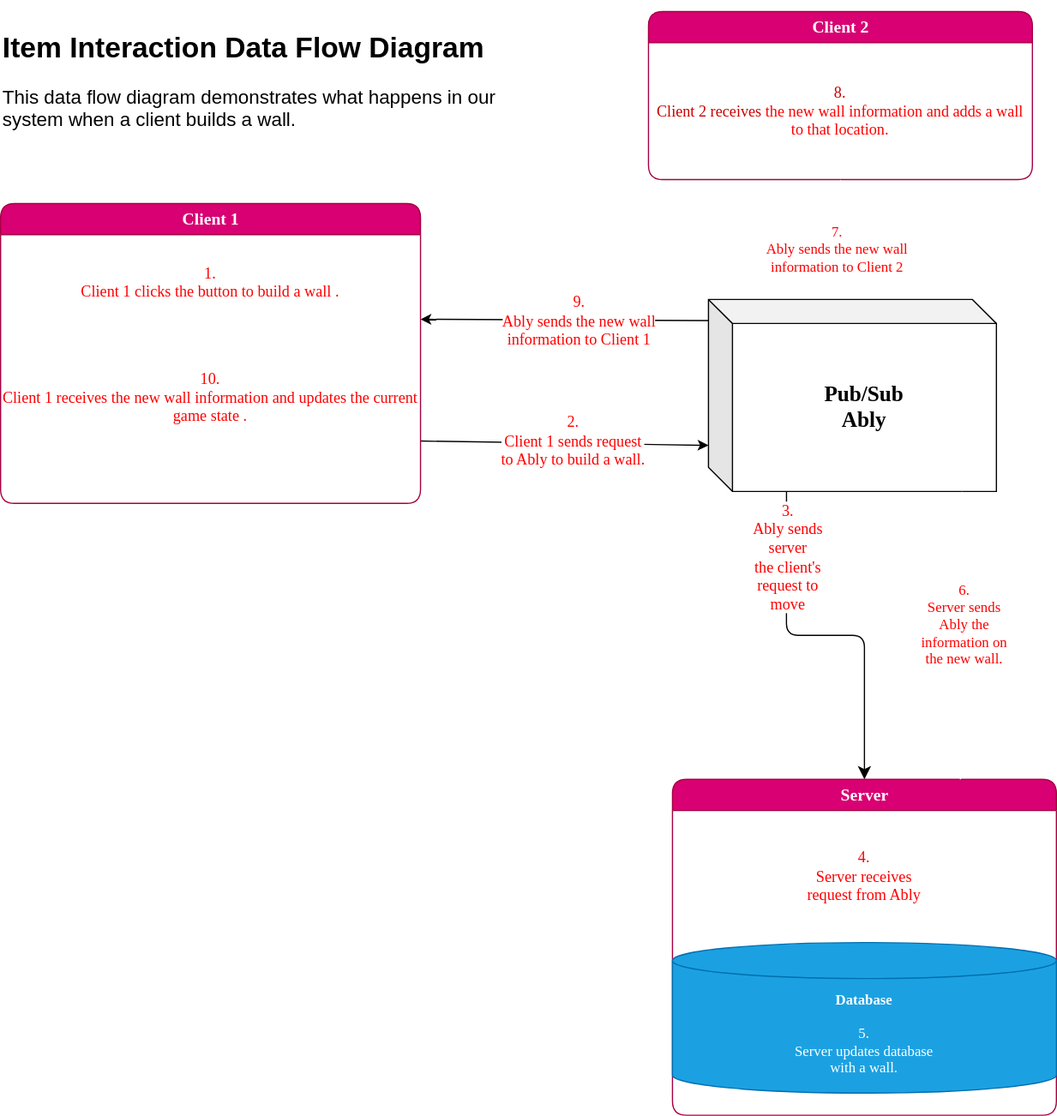
Above: diagrams/itemInteraction.drawio.svg in sloalchemist/potions (draw.io), before the change. Source tidied: cells renumbered, new cells last; positions are measured from the earlier drawing's top-left corner, leaving out a move shared by most shapes.
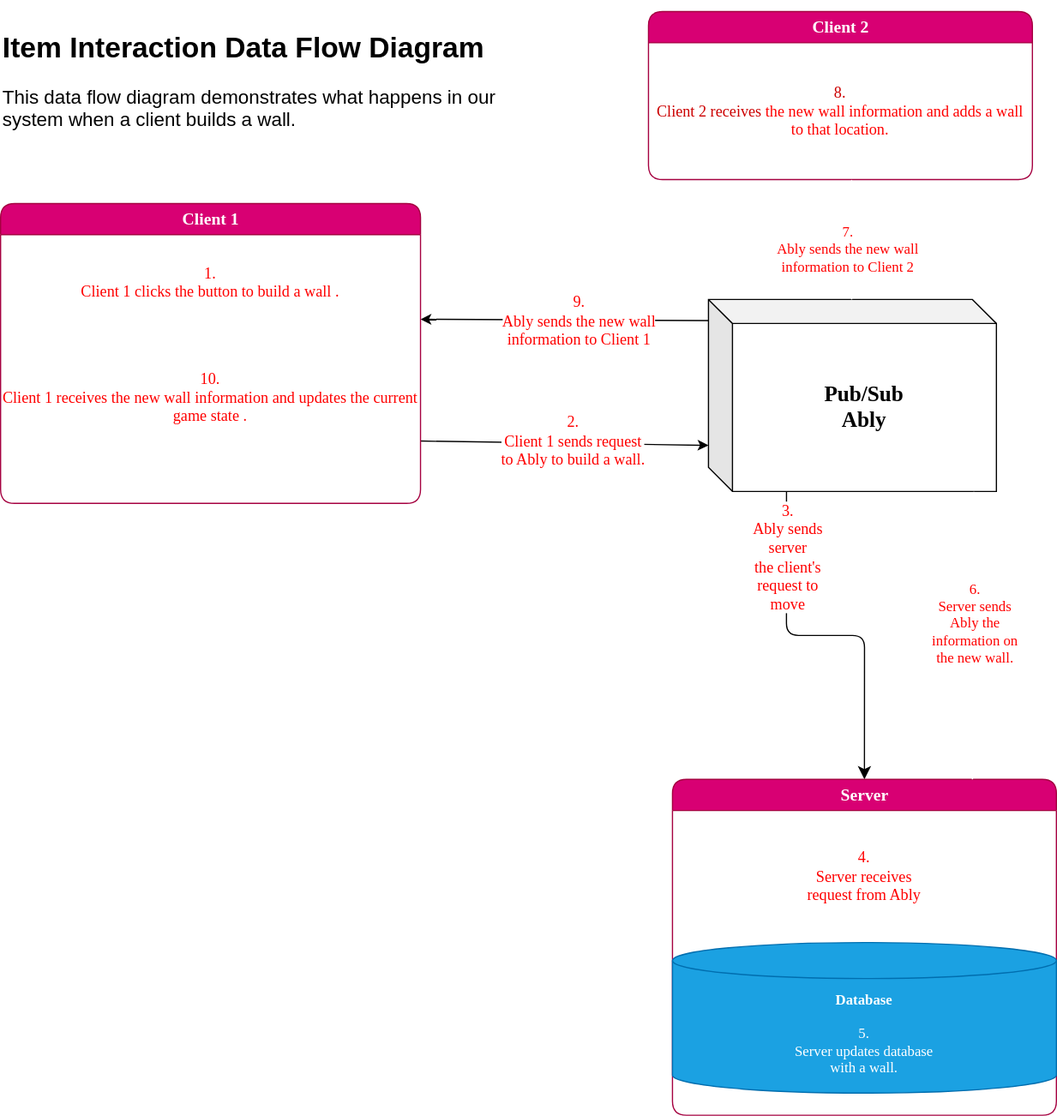
The same diagram one commit later.

Commit message:
doc: fix arrow errors

The edit, as a diff of the source:
```diff
@@ -49,14 +49,6 @@
     <mxCell id="14" value="&lt;span style=&quot;font-size: 13px;&quot;&gt;&lt;font color=&quot;#cc0000&quot;&gt;8.&lt;/font&gt;&lt;/span&gt;&lt;div&gt;&lt;font color=&quot;#cc0000&quot;&gt;&lt;span style=&quot;font-size: 13px;&quot;&gt;Client 2 receives&amp;nbsp;&lt;/span&gt;&lt;span style=&quot;font-size: 13px; color: light-dark(rgb(255, 0, 0), rgb(255, 144, 144)); background-color: transparent;&quot;&gt;the new wall information and adds a wall to that location.&lt;/span&gt;&lt;/font&gt;&lt;/div&gt;" style="text;strokeColor=none;align=center;fillColor=none;html=1;verticalAlign=middle;whiteSpace=wrap;rounded=0;fontFamily=Verdana;" parent="13" vertex="1">
       <mxGeometry y="26" width="320" height="114" as="geometry" />
     </mxCell>
-    <mxCell id="15" style="endArrow=classic;html=1;rounded=0;strokeColor=#FFFFFF;exitX=0;exitY=0;exitDx=110;exitDy=0;exitPerimeter=0;entryX=0.5;entryY=1;entryDx=0;entryDy=0;" parent="1" edge="1" source="20" target="14">
-      <mxGeometry relative="1" as="geometry" />
-    </mxCell>
-    <mxCell id="16" value="&lt;font style=&quot;color: rgb(255, 0, 0);&quot;&gt;7.&lt;/font&gt;&lt;div&gt;&lt;font style=&quot;color: rgb(255, 0, 0);&quot;&gt;Ably sends the new wall&amp;nbsp;&lt;/font&gt;&lt;/div&gt;&lt;div&gt;&lt;font style=&quot;color: rgb(255, 0, 0);&quot;&gt;information&amp;nbsp;&lt;/font&gt;&lt;span style=&quot;color: light-dark(rgb(255, 0, 0), rgb(255, 144, 144)); background-color: light-dark(#ffffff, var(--ge-dark-color, #121212));&quot;&gt;to Client 2&lt;/span&gt;&lt;/div&gt;" style="edgeLabel;html=1;align=center;verticalAlign=middle;strokeColor=#BAC8D3;fontColor=#EEEEEE;fillColor=#09555B;fontFamily=Verdana;fontSize=12;" parent="15" vertex="1">
-      <mxGeometry x="0.19" y="4" relative="1" as="geometry">
-        <mxPoint y="17" as="offset" />
-      </mxGeometry>
-    </mxCell>
     <mxCell id="17" value="&lt;h3&gt;Client 1&lt;/h3&gt;" style="swimlane;html=1;fontStyle=0;horizontal=1;startSize=26;fillColor=#d80073;swimlaneFillColor=#ffffff;align=center;rounded=1;shadow=0;comic=0;labelBackgroundColor=none;strokeWidth=1;fontFamily=Verdana;fontSize=12;fontColor=#ffffff;strokeColor=#A50040;" parent="1" vertex="1">
       <mxGeometry y="160" width="350" height="250" as="geometry" />
     </mxCell>
@@ -69,14 +61,28 @@
     <mxCell id="20" value="&lt;h2&gt;&lt;font face=&quot;Verdana&quot;&gt;Pub/Sub&lt;br&gt;Ably&lt;/font&gt;&lt;/h2&gt;" style="shape=cube;whiteSpace=wrap;html=1;boundedLbl=1;backgroundOutline=1;darkOpacity=0.05;darkOpacity2=0.1;points=[[0,0,0,0,0],[0,0,0,0,120],[0,0,0,10,130],[0,0,0,20,140],[0,0,0,110,0],[0,0,0,220,0],[0,0,0,230,10],[0,0,0,240,20],[0,0,0,240,80],[0,0.11,0,0,0],[0,0.25,0,0,0],[0,0.39,0,0,0],[0,0.5,0,0,0],[0,0.59,0,0,0],[0,0.68,0,0,0],[0,0.76,0,0,0],[0.2,1,0,0,0],[0.29,1,0,0,0],[0.4,1,0,0,0],[0.5,1,0,0,0],[0.63,1,0,0,0],[0.75,1,0,0,0],[0.88,1,0,0,0],[1,1,0,0,0]];" parent="1" vertex="1">
       <mxGeometry x="590" y="240" width="240" height="160" as="geometry" />
     </mxCell>
-    <mxCell id="21" style="endArrow=classic;html=1;rounded=0;strokeColor=#FFFFFF;entryX=0.88;entryY=1;entryDx=0;entryDy=0;entryPerimeter=0;exitX=0.75;exitY=0;exitDx=0;exitDy=0;" parent="1" edge="1" source="9" target="20">
-      <mxGeometry relative="1" as="geometry" />
-    </mxCell>
+    <mxCell id="23" value="&lt;h1 style=&quot;margin-top: 0px;&quot;&gt;&lt;font style=&quot;font-size: 24px;&quot;&gt;Item Interaction Data Flow Diagram&lt;/font&gt;&lt;/h1&gt;&lt;p&gt;&lt;font size=&quot;3&quot;&gt;This data flow diagram demonstrates what happens in our system when a client builds a wall.&lt;/font&gt;&lt;/p&gt;" style="text;html=1;whiteSpace=wrap;overflow=hidden;rounded=0;align=left;" parent="1" vertex="1">
+      <mxGeometry y="10" width="440" height="120" as="geometry" />
+    </mxCell>
+    <mxCell id="24" style="endArrow=classic;html=1;rounded=0;strokeColor=#FFFFFF;entryX=0.88;entryY=1;entryDx=0;entryDy=0;entryPerimeter=0;exitX=0.75;exitY=0;exitDx=0;exitDy=0;" parent="1" edge="1">
+      <mxGeometry relative="1" as="geometry">
+        <mxPoint x="810" y="640" as="sourcePoint" />
+        <mxPoint x="811.2" y="400" as="targetPoint" />
+      </mxGeometry>
+    </mxCell>
-    <mxCell id="22" value="&lt;font style=&quot;color: rgb(255, 0, 0);&quot; face=&quot;Verdana&quot;&gt;6.&lt;/font&gt;&lt;div&gt;&lt;font style=&quot;color: rgb(255, 0, 0);&quot; face=&quot;Verdana&quot;&gt;Server sends&amp;nbsp;&lt;/font&gt;&lt;/div&gt;&lt;div&gt;&lt;font style=&quot;color: rgb(255, 0, 0);&quot; face=&quot;Verdana&quot;&gt;Ably the&amp;nbsp;&lt;/font&gt;&lt;/div&gt;&lt;div&gt;&lt;font style=&quot;color: rgb(255, 0, 0);&quot; face=&quot;Verdana&quot;&gt;information on&amp;nbsp;&lt;/font&gt;&lt;/div&gt;&lt;div&gt;&lt;font style=&quot;color: rgb(255, 0, 0);&quot; face=&quot;Verdana&quot;&gt;the new wall.&lt;/font&gt;&lt;/div&gt;" style="edgeLabel;html=1;align=center;verticalAlign=middle;strokeColor=#BAC8D3;fontColor=#EEEEEE;fillColor=#09555B;fontSize=12;" parent="21" vertex="1">
+    <mxCell id="22" value="&lt;font style=&quot;color: rgb(255, 0, 0);&quot; face=&quot;Verdana&quot;&gt;6.&lt;/font&gt;&lt;div&gt;&lt;font style=&quot;color: rgb(255, 0, 0);&quot; face=&quot;Verdana&quot;&gt;Server sends&amp;nbsp;&lt;/font&gt;&lt;/div&gt;&lt;div&gt;&lt;font style=&quot;color: rgb(255, 0, 0);&quot; face=&quot;Verdana&quot;&gt;Ably the&amp;nbsp;&lt;/font&gt;&lt;/div&gt;&lt;div&gt;&lt;font style=&quot;color: rgb(255, 0, 0);&quot; face=&quot;Verdana&quot;&gt;information on&amp;nbsp;&lt;/font&gt;&lt;/div&gt;&lt;div&gt;&lt;font style=&quot;color: rgb(255, 0, 0);&quot; face=&quot;Verdana&quot;&gt;the new wall.&lt;/font&gt;&lt;/div&gt;" style="edgeLabel;html=1;align=center;verticalAlign=middle;strokeColor=#BAC8D3;fontColor=#EEEEEE;fillColor=#09555B;fontSize=12;" parent="24" vertex="1">
       <mxGeometry x="0.08" y="-1" relative="1" as="geometry" />
     </mxCell>
-    <mxCell id="23" value="&lt;h1 style=&quot;margin-top: 0px;&quot;&gt;&lt;font style=&quot;font-size: 24px;&quot;&gt;Item Interaction Data Flow Diagram&lt;/font&gt;&lt;/h1&gt;&lt;p&gt;&lt;font size=&quot;3&quot;&gt;This data flow diagram demonstrates what happens in our system when a client builds a wall.&lt;/font&gt;&lt;/p&gt;" style="text;html=1;whiteSpace=wrap;overflow=hidden;rounded=0;align=left;" parent="1" vertex="1">
-      <mxGeometry y="10" width="440" height="120" as="geometry" />
-    </mxCell>
+    <mxCell id="25" style="endArrow=classic;html=1;rounded=0;strokeColor=#FFFFFF;exitX=0;exitY=0;exitDx=110;exitDy=0;exitPerimeter=0;entryX=0.5;entryY=1;entryDx=0;entryDy=0;" parent="1" edge="1">
+      <mxGeometry relative="1" as="geometry">
+        <mxPoint x="709.3" y="240" as="sourcePoint" />
+        <mxPoint x="709.3" y="140" as="targetPoint" />
+      </mxGeometry>
+    </mxCell>
+    <mxCell id="16" value="&lt;font style=&quot;color: rgb(255, 0, 0);&quot;&gt;7.&lt;/font&gt;&lt;div&gt;&lt;font style=&quot;color: rgb(255, 0, 0);&quot;&gt;Ably sends the new wall&amp;nbsp;&lt;/font&gt;&lt;/div&gt;&lt;div&gt;&lt;font style=&quot;color: rgb(255, 0, 0);&quot;&gt;information&amp;nbsp;&lt;/font&gt;&lt;span style=&quot;color: light-dark(rgb(255, 0, 0), rgb(255, 144, 144)); background-color: light-dark(#ffffff, var(--ge-dark-color, #121212));&quot;&gt;to Client 2&lt;/span&gt;&lt;/div&gt;" style="edgeLabel;html=1;align=center;verticalAlign=middle;strokeColor=#BAC8D3;fontColor=#EEEEEE;fillColor=#09555B;fontFamily=Verdana;fontSize=12;" parent="25" vertex="1">
+      <mxGeometry x="0.19" y="4" relative="1" as="geometry">
+        <mxPoint y="17" as="offset" />
+      </mxGeometry>
+    </mxCell>
   </root>
 </mxGraphModel>
```
